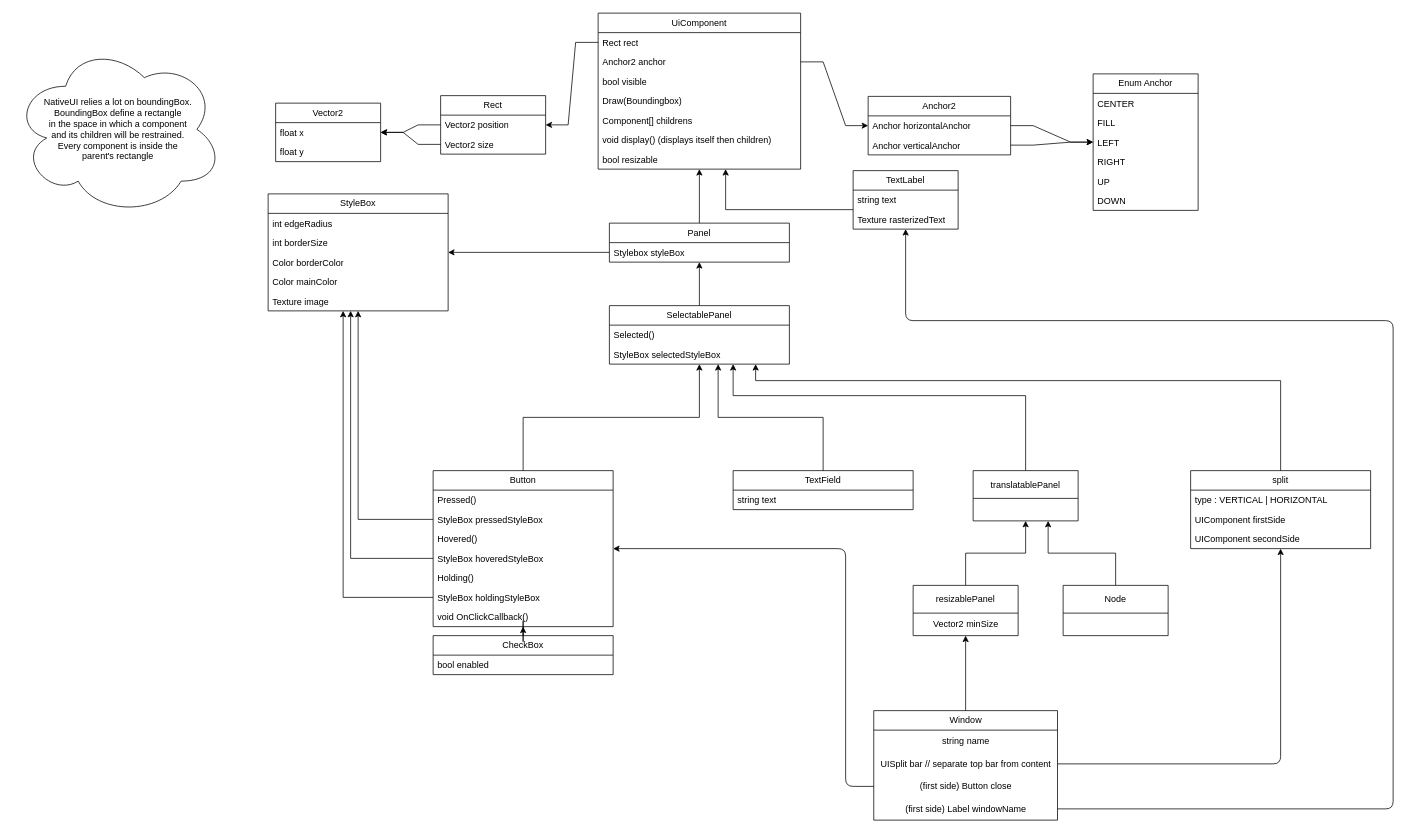
Before: ui.drawio in RugiSerl/NativeUI, a draw.io diagram. Source tidied: cells renumbered, new cells numbered last; positions are measured from the earlier drawing's top-left corner, leaving out a move shared by most shapes. Both pictures are drawn from the tidied source at 75%, with x=0, y=0 at pixel (13, 13).
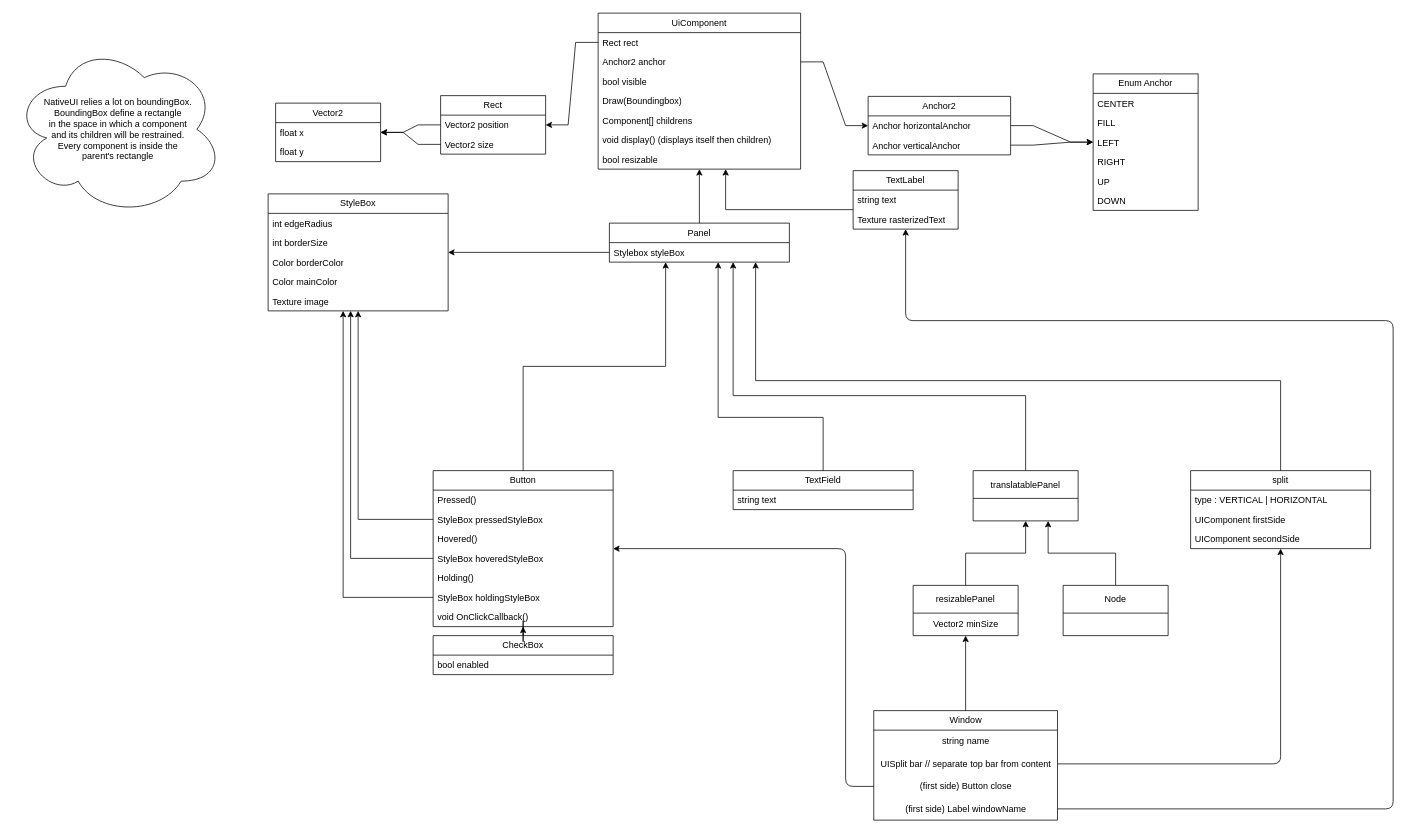
The same diagram, later.

The change refers to these unchanged cells:
```xml
<mxCell id="33" value="Panel" style="swimlane;fontStyle=0;horizontal=1;startSize=26;fillColor=none;whiteSpace=wrap;html=1;" parent="1" vertex="1">
  <mxGeometry x="795" y="280" width="240" height="52" as="geometry" />
</mxCell>
<mxCell id="43" value="Button" style="swimlane;fontStyle=0;horizontal=1;startSize=26;fillColor=none;whiteSpace=wrap;html=1;" parent="1" vertex="1">
  <mxGeometry x="560" y="610" width="240" height="208" as="geometry" />
</mxCell>
<mxCell id="59" value="TextField" style="swimlane;fontStyle=0;horizontal=1;startSize=26;fillColor=none;whiteSpace=wrap;html=1;" parent="1" vertex="1">
  <mxGeometry x="960" y="610" width="240" height="52" as="geometry" />
</mxCell>
<mxCell id="72" value="translatablePanel" style="swimlane;fontStyle=0;horizontal=1;startSize=37;whiteSpace=wrap;html=1;" parent="1" vertex="1">
  <mxGeometry x="1280" y="610" width="140" height="67" as="geometry" />
</mxCell>
<mxCell id="82" value="split" style="swimlane;fontStyle=0;horizontal=1;startSize=26;fillColor=none;whiteSpace=wrap;html=1;" parent="1" vertex="1">
  <mxGeometry x="1570" y="610" width="240" height="104" as="geometry" />
</mxCell>
```

Diff of the diagram source:
```diff
@@
-    <mxCell id="42" style="edgeStyle=orthogonalEdgeStyle;rounded=0;jettySize=auto;html=1;" parent="1" edge="1" source="43" target="56">
-      <mxGeometry relative="1" as="geometry" />
+    <mxCell id="42" style="edgeStyle=orthogonalEdgeStyle;rounded=0;jettySize=auto;html=1;" parent="1" edge="1" source="43" target="33">
+      <mxGeometry relative="1" as="geometry">
+        <Array as="points">
+          <mxPoint x="680" y="471" />
+          <mxPoint x="870" y="471" />
+        </Array>
+      </mxGeometry>
     </mxCell>
@@
-    <mxCell id="54" style="edgeStyle=orthogonalEdgeStyle;rounded=0;jettySize=auto;html=1;" parent="1" edge="1" source="56" target="33">
-      <mxGeometry relative="1" as="geometry" />
-    </mxCell>
-    <mxCell id="55" style="edgeStyle=orthogonalEdgeStyle;rounded=0;jettySize=auto;html=1;" parent="1" edge="1" source="59" target="56">
+    <mxCell id="55" style="edgeStyle=orthogonalEdgeStyle;rounded=0;jettySize=auto;html=1;" parent="1" edge="1" source="59" target="33">
       <mxGeometry relative="1" as="geometry">
         <Array as="points">
           <mxPoint x="1080" y="539" />
           <mxPoint x="940" y="539" />
         </Array>
       </mxGeometry>
     </mxCell>
-    <mxCell id="56" value="SelectablePanel" style="swimlane;fontStyle=0;horizontal=1;startSize=26;fillColor=none;whiteSpace=wrap;html=1;" parent="1" vertex="1">
-      <mxGeometry x="795" y="390" width="240" height="78" as="geometry" />
-    </mxCell>
-    <mxCell id="57" value="Selected()" style="text;strokeColor=none;fillColor=none;align=left;verticalAlign=top;spacingLeft=4;spacingRight=4;overflow=hidden;whiteSpace=wrap;html=1;" parent="56" vertex="1">
-      <mxGeometry y="26" width="240" height="26" as="geometry" />
-    </mxCell>
-    <mxCell id="58" value="StyleBox selectedStyleBox" style="text;strokeColor=none;fillColor=none;align=left;verticalAlign=top;spacingLeft=4;spacingRight=4;overflow=hidden;whiteSpace=wrap;html=1;" parent="56" vertex="1">
-      <mxGeometry y="52" width="240" height="26" as="geometry" />
-    </mxCell>
@@
-    <mxCell id="71" style="edgeStyle=orthogonalEdgeStyle;rounded=0;jettySize=auto;html=1;" parent="1" edge="1" source="72" target="56">
+    <mxCell id="71" style="edgeStyle=orthogonalEdgeStyle;rounded=0;jettySize=auto;html=1;" parent="1" edge="1" source="72" target="33">
       <mxGeometry relative="1" as="geometry">
         <Array as="points">
           <mxPoint x="1350" y="510" />
           <mxPoint x="960" y="510" />
         </Array>
       </mxGeometry>
     </mxCell>
@@
-    <mxCell id="81" style="edgeStyle=orthogonalEdgeStyle;html=1;rounded=0;" parent="1" edge="1" source="82" target="56">
+    <mxCell id="81" style="edgeStyle=orthogonalEdgeStyle;html=1;rounded=0;" parent="1" edge="1" source="82" target="33">
       <mxGeometry relative="1" as="geometry">
         <Array as="points">
+          <mxPoint x="1690" y="490" />
           <mxPoint x="990" y="490" />
         </Array>
       </mxGeometry>
     </mxCell>
```
